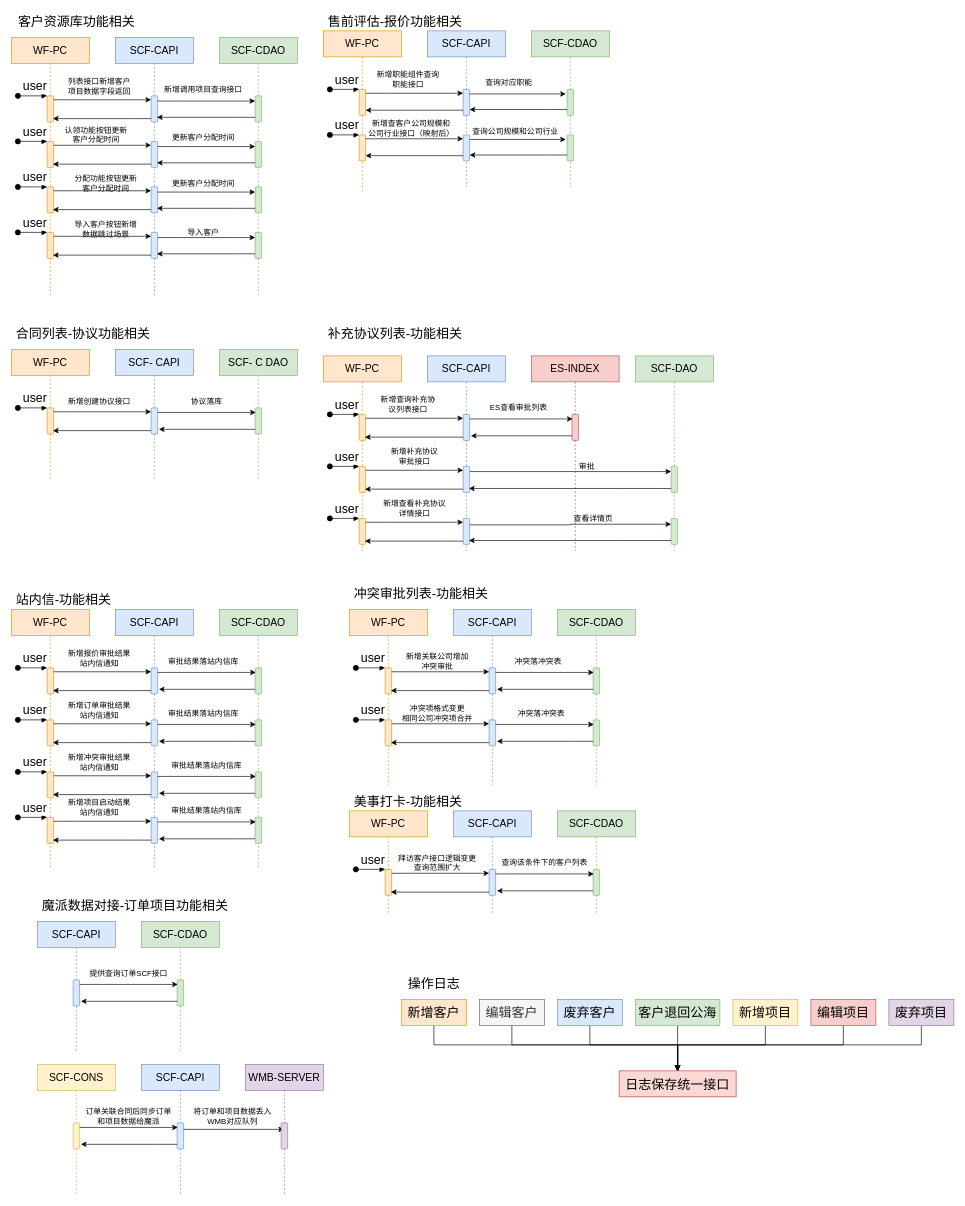
The draw.io diagram 魔销二期流程图.drawio in LuOyEbY/draw-b, before the edit. Source tidied: cells renumbered, new cells numbered last; positions are measured from the earlier drawing's top-left corner, leaving out a move shared by most shapes. Both pictures are drawn from the tidied source at 65%, with x=0, y=0 at pixel (11, 11).
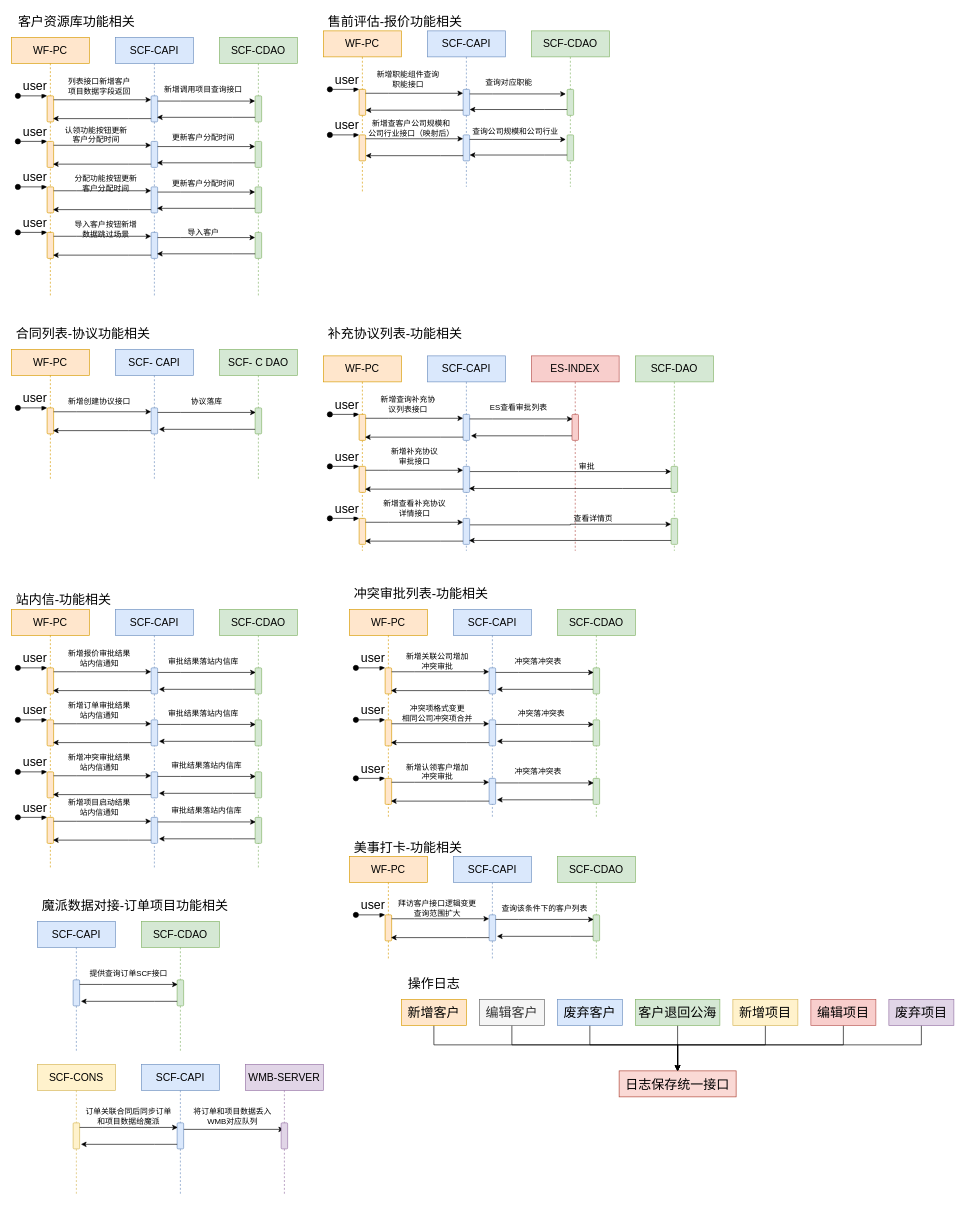
The same page after the edit.

Commit message:
更新魔销二期流程图.drawio

The change refers to these unchanged cells:
```xml
<mxCell id="142" style="html=1;points=[];perimeter=orthogonalPerimeter;rounded=1;fontFamily=Helvetica;fontSize=19;strokeColor=#d79b00;fillColor=#ffe6cc;" parent="141" vertex="1">
  <mxGeometry x="55" y="90" width="10" height="40" as="geometry" />
</mxCell>
<mxCell id="145" style="html=1;points=[];perimeter=orthogonalPerimeter;rounded=1;fontFamily=Helvetica;fontSize=19;strokeColor=#6c8ebf;fillColor=#dae8fc;" parent="144" vertex="1">
  <mxGeometry x="55" y="90" width="10" height="40" as="geometry" />
</mxCell>
<mxCell id="148" style="html=1;points=[];perimeter=orthogonalPerimeter;rounded=1;fontFamily=Helvetica;fontSize=19;strokeColor=#82b366;fillColor=#d5e8d4;" parent="147" vertex="1">
  <mxGeometry x="55" y="90" width="10" height="40" as="geometry" />
</mxCell>
```

What changed in the source:
```diff
@@
     <mxCell id="118" value="WF-PC" style="shape=umlLifeline;perimeter=lifelinePerimeter;whiteSpace=wrap;html=1;rounded=0;fontFamily=Helvetica;fontSize=16;strokeColor=#d79b00;fillColor=#ffe6cc;" parent="1" vertex="1">
-      <mxGeometry x="520" y="920" width="120" height="270" as="geometry" />
+      <mxGeometry x="520" y="920" width="120" height="320" as="geometry" />
     </mxCell>
@@
     <mxCell id="121" value="SCF-CAPI" style="shape=umlLifeline;perimeter=lifelinePerimeter;whiteSpace=wrap;html=1;rounded=0;fontFamily=Helvetica;fontSize=16;strokeColor=#6c8ebf;fillColor=#dae8fc;" parent="1" vertex="1">
-      <mxGeometry x="680" y="920" width="120" height="270" as="geometry" />
+      <mxGeometry x="680" y="920" width="120" height="320" as="geometry" />
     </mxCell>
@@
     <mxCell id="123" value="SCF-CDAO" style="shape=umlLifeline;perimeter=lifelinePerimeter;whiteSpace=wrap;html=1;rounded=0;fontFamily=Helvetica;fontSize=16;strokeColor=#82b366;fillColor=#d5e8d4;" parent="1" vertex="1">
-      <mxGeometry x="840" y="920" width="120" height="270" as="geometry" />
+      <mxGeometry x="840" y="920" width="120" height="320" as="geometry" />
     </mxCell>
@@
+    <mxCell id="236" value="冲突落冲突表" style="text;html=1;align=center;verticalAlign=middle;strokeColor=none;fillColor=none;fontSize=12;" parent="123" vertex="1">
+      <mxGeometry x="-75" y="240" width="90" height="20" as="geometry" />
+    </mxCell>
+    <mxCell id="237" style="html=1;points=[];perimeter=orthogonalPerimeter;rounded=1;fontFamily=Helvetica;fontSize=19;strokeColor=#d79b00;fillColor=#ffe6cc;" parent="123" vertex="1">
+      <mxGeometry x="-265" y="260" width="10" height="40" as="geometry" />
+    </mxCell>
+    <mxCell id="238" value="user" style="html=1;verticalAlign=bottom;startArrow=oval;endArrow=block;startSize=8;rounded=0;fontFamily=Helvetica;fontSize=19;fontColor=default;" parent="123" edge="1" target="237">
+      <mxGeometry x="0.14" relative="1" as="geometry">
+        <mxPoint x="-310" y="260" as="sourcePoint" />
+      </mxGeometry>
+    </mxCell>
+    <mxCell id="239" style="html=1;points=[];perimeter=orthogonalPerimeter;rounded=1;fontFamily=Helvetica;fontSize=19;strokeColor=#6c8ebf;fillColor=#dae8fc;" parent="123" vertex="1">
+      <mxGeometry x="-105" y="260" width="10" height="40" as="geometry" />
+    </mxCell>
+    <mxCell id="240" style="html=1;points=[];perimeter=orthogonalPerimeter;rounded=1;fontFamily=Helvetica;fontSize=19;strokeColor=#82b366;fillColor=#d5e8d4;" parent="123" vertex="1">
+      <mxGeometry x="55" y="260" width="10" height="40" as="geometry" />
+    </mxCell>
+    <mxCell id="241" style="edgeStyle=orthogonalEdgeStyle;rounded=0;jettySize=auto;html=1;entryX=0;entryY=0.15;entryDx=0;entryDy=0;entryPerimeter=0;fontSize=12;" parent="123" edge="1" source="237" target="239">
+      <mxGeometry relative="1" as="geometry">
+        <Array as="points">
+          <mxPoint x="-220" y="266" />
+          <mxPoint x="-220" y="266" />
+        </Array>
+      </mxGeometry>
+    </mxCell>
+    <mxCell id="242" style="edgeStyle=orthogonalEdgeStyle;rounded=0;jettySize=auto;html=1;entryX=0.1;entryY=0.175;entryDx=0;entryDy=0;entryPerimeter=0;fontSize=12;" parent="123" edge="1" source="239" target="240">
+      <mxGeometry relative="1" as="geometry">
+        <Array as="points">
+          <mxPoint x="-60" y="267" />
+          <mxPoint x="-60" y="267" />
+        </Array>
+      </mxGeometry>
+    </mxCell>
+    <mxCell id="243" style="edgeStyle=orthogonalEdgeStyle;rounded=0;jettySize=auto;html=1;entryX=1.2;entryY=0.825;entryDx=0;entryDy=0;entryPerimeter=0;fontSize=12;" parent="123" edge="1" source="240" target="239">
+      <mxGeometry relative="1" as="geometry">
+        <Array as="points">
+          <mxPoint x="20" y="293" />
+          <mxPoint x="20" y="293" />
+        </Array>
+      </mxGeometry>
+    </mxCell>
+    <mxCell id="244" style="edgeStyle=orthogonalEdgeStyle;rounded=0;jettySize=auto;html=1;entryX=0.9;entryY=0.875;entryDx=0;entryDy=0;entryPerimeter=0;fontSize=12;" parent="123" edge="1" source="239" target="237">
+      <mxGeometry relative="1" as="geometry">
+        <Array as="points">
+          <mxPoint x="-140" y="295" />
+          <mxPoint x="-140" y="295" />
+        </Array>
+      </mxGeometry>
+    </mxCell>
+    <mxCell id="245" value="新增认领客户增加&lt;br&gt;冲突审批" style="text;html=1;align=center;verticalAlign=middle;strokeColor=none;fillColor=none;fontSize=12;" parent="123" vertex="1">
+      <mxGeometry x="-240" y="235" width="110" height="30" as="geometry" />
+    </mxCell>
@@
     <mxCell id="140" value="美事打卡-功能相关" style="text;html=1;align=center;verticalAlign=middle;strokeColor=none;fillColor=none;fontSize=20;" parent="1" vertex="1">
-      <mxGeometry x="520" y="1200" width="180" height="30" as="geometry" />
+      <mxGeometry x="520" y="1270" width="180" height="30" as="geometry" />
     </mxCell>
     <mxCell id="141" value="WF-PC" style="shape=umlLifeline;perimeter=lifelinePerimeter;whiteSpace=wrap;html=1;rounded=0;fontFamily=Helvetica;fontSize=16;strokeColor=#d79b00;fillColor=#ffe6cc;" parent="1" vertex="1">
-      <mxGeometry x="520" y="1230" width="120" height="160" as="geometry" />
+      <mxGeometry x="520" y="1300" width="120" height="160" as="geometry" />
     </mxCell>
@@
     <mxCell id="144" value="SCF-CAPI" style="shape=umlLifeline;perimeter=lifelinePerimeter;whiteSpace=wrap;html=1;rounded=0;fontFamily=Helvetica;fontSize=16;strokeColor=#6c8ebf;fillColor=#dae8fc;" parent="1" vertex="1">
-      <mxGeometry x="680" y="1230" width="120" height="160" as="geometry" />
+      <mxGeometry x="680" y="1300" width="120" height="160" as="geometry" />
     </mxCell>
@@
     <mxCell id="147" value="SCF-CDAO" style="shape=umlLifeline;perimeter=lifelinePerimeter;whiteSpace=wrap;html=1;rounded=0;fontFamily=Helvetica;fontSize=16;strokeColor=#82b366;fillColor=#d5e8d4;" parent="1" vertex="1">
-      <mxGeometry x="840" y="1230" width="120" height="160" as="geometry" />
+      <mxGeometry x="840" y="1300" width="120" height="160" as="geometry" />
     </mxCell>
@@
     <mxCell id="149" style="edgeStyle=orthogonalEdgeStyle;rounded=0;jettySize=auto;html=1;entryX=0;entryY=0.15;entryDx=0;entryDy=0;entryPerimeter=0;fontSize=12;" parent="1" edge="1" source="142" target="145">
       <mxGeometry relative="1" as="geometry">
         <Array as="points">
-          <mxPoint x="620" y="1326" />
-          <mxPoint x="620" y="1326" />
+          <mxPoint x="620" y="1396" />
+          <mxPoint x="620" y="1396" />
         </Array>
       </mxGeometry>
     </mxCell>
     <mxCell id="150" style="edgeStyle=orthogonalEdgeStyle;rounded=0;jettySize=auto;html=1;entryX=0.1;entryY=0.175;entryDx=0;entryDy=0;entryPerimeter=0;fontSize=12;" parent="1" edge="1" source="145" target="148">
       <mxGeometry relative="1" as="geometry">
         <Array as="points">
-          <mxPoint x="780" y="1327" />
-          <mxPoint x="780" y="1327" />
+          <mxPoint x="780" y="1397" />
+          <mxPoint x="780" y="1397" />
         </Array>
       </mxGeometry>
     </mxCell>
     <mxCell id="151" style="edgeStyle=orthogonalEdgeStyle;rounded=0;jettySize=auto;html=1;entryX=1.2;entryY=0.825;entryDx=0;entryDy=0;entryPerimeter=0;fontSize=12;" parent="1" edge="1" source="148" target="145">
       <mxGeometry relative="1" as="geometry">
         <Array as="points">
-          <mxPoint x="860" y="1353" />
-          <mxPoint x="860" y="1353" />
+          <mxPoint x="860" y="1423" />
+          <mxPoint x="860" y="1423" />
         </Array>
       </mxGeometry>
     </mxCell>
     <mxCell id="152" style="edgeStyle=orthogonalEdgeStyle;rounded=0;jettySize=auto;html=1;entryX=0.9;entryY=0.875;entryDx=0;entryDy=0;entryPerimeter=0;fontSize=12;" parent="1" edge="1" source="145" target="142">
       <mxGeometry relative="1" as="geometry">
         <Array as="points">
-          <mxPoint x="700" y="1355" />
-          <mxPoint x="700" y="1355" />
+          <mxPoint x="700" y="1425" />
+          <mxPoint x="700" y="1425" />
         </Array>
       </mxGeometry>
     </mxCell>
     <mxCell id="153" value="查询该条件下的客户列表" style="text;html=1;align=center;verticalAlign=middle;strokeColor=none;fillColor=none;fontSize=12;" parent="1" vertex="1">
-      <mxGeometry x="745" y="1300" width="150" height="20" as="geometry" />
+      <mxGeometry x="745" y="1370" width="150" height="20" as="geometry" />
     </mxCell>
```
